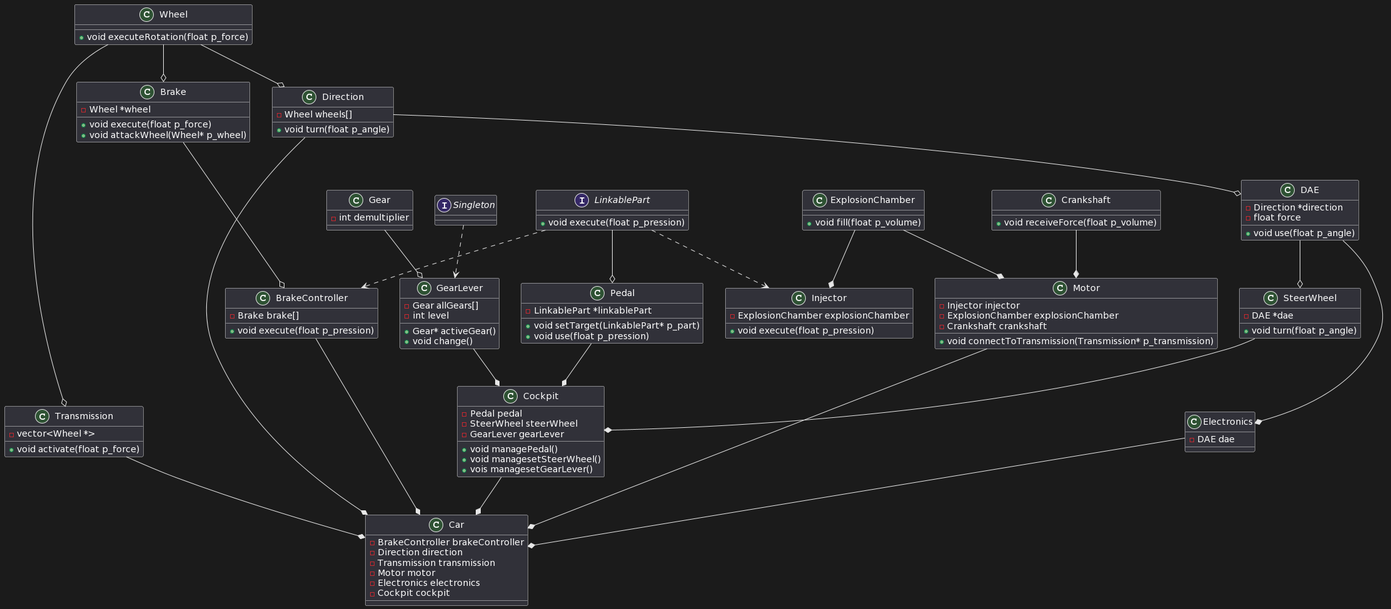
Earlier version of the PlantUML export 02-UML/ex00/subject.png (bsavinel/42-Object_Modules).
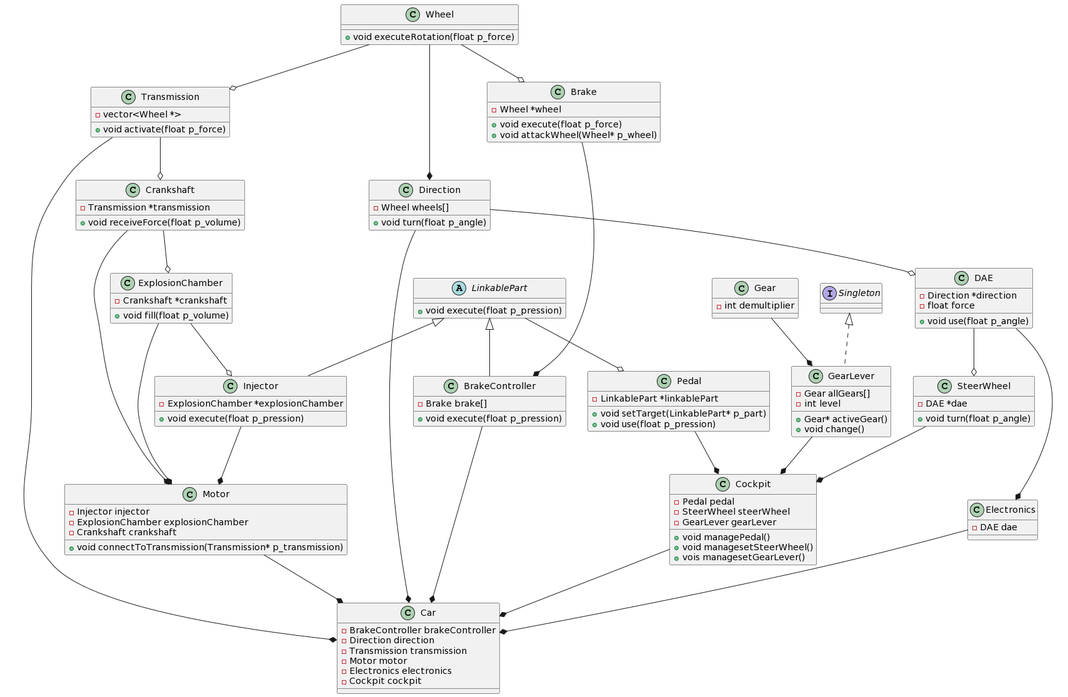
The same diagram one commit later.

Commit message:
FIX: 02/ex00 corection heritage

What changed in the source:
```diff
@@ -1,5 +1,5 @@
 @startuml
-interface LinkablePart
+abstract LinkablePart
 {
 + void execute(float p_pression)
 }
@@ -18,9 +18,9 @@
 {
 }
 
-Gear --o GearLever
+Gear --* GearLever
 
-Singleton ..> GearLever
+Singleton <|.. GearLever
 
 class GearLever
 {
@@ -38,26 +38,31 @@
 
 Wheel --o Transmission
 
-
 class  Crankshaft
 {
 + void receiveForce(float p_volume)
+- Transmission *transmission
 }
+
+Transmission --o Crankshaft
 
 class ExplosionChamber
 {
 + void fill(float p_volume)
+- Crankshaft *crankshaft
 }
+
+Crankshaft --o ExplosionChamber
 
 class Injector
 {
 + void execute(float p_pression)
-- ExplosionChamber explosionChamber
+- ExplosionChamber *explosionChamber
 }
 
-ExplosionChamber --* Injector
+ExplosionChamber --o Injector
 
-LinkablePart ..> Injector
+LinkablePart <|-- Injector
 
 class Motor
 {
@@ -69,6 +74,7 @@
 
 Crankshaft --* Motor
 ExplosionChamber --* Motor
+Injector --* Motor
 
 class Pedal
 {
@@ -85,7 +91,7 @@
 - Wheel wheels[]
 }
 
-Wheel --o Direction
+Wheel --* Direction
 
 class DAE
 {
@@ -119,9 +125,9 @@
 - Brake brake[]
 }
 
-Brake --o BrakeController
+Brake --* BrakeController
 
-LinkablePart ..> BrakeController
+LinkablePart <|-- BrakeController
 
 class Cockpit
 {
```
